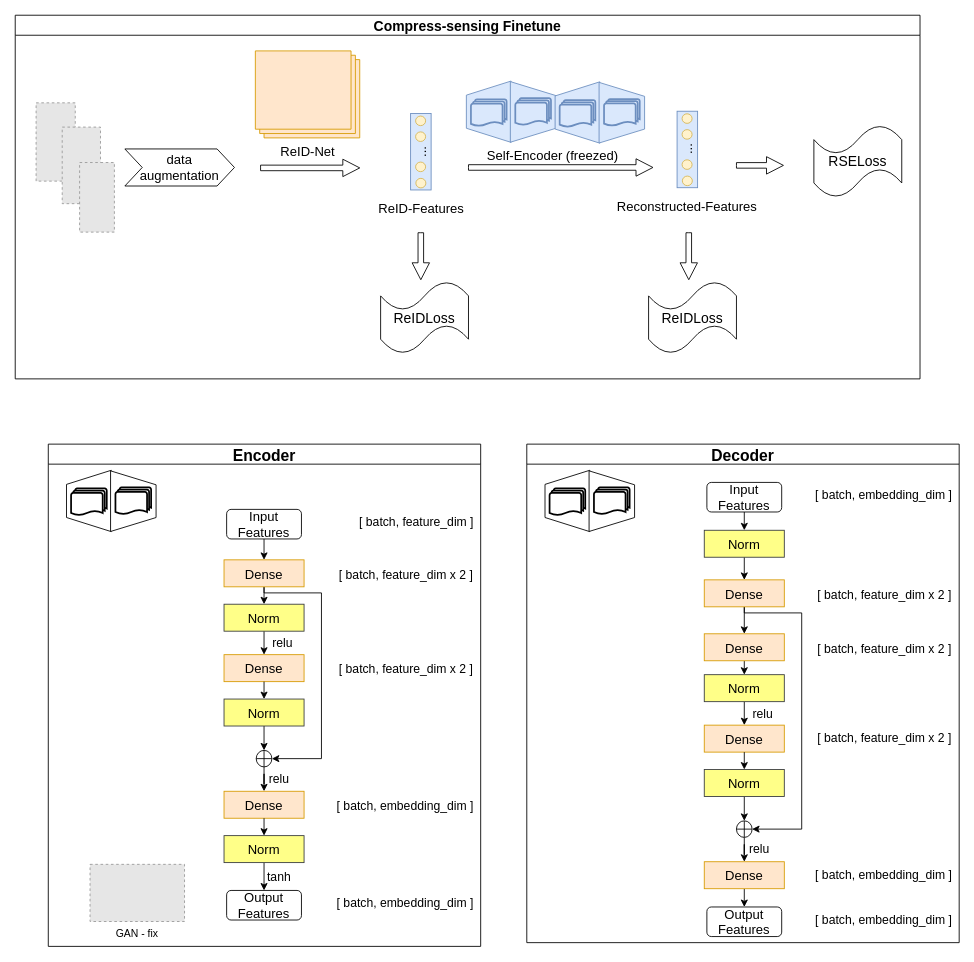
This is naic21.ae.drawio from Wu-Xiang123/Hello-GItHub, a draw.io file, before an edit. Source tidied: cells renumbered, new cells numbered last; positions are measured from the earlier drawing's top-left corner, leaving out a move shared by most shapes. Both pictures are drawn from the tidied source at 87%, with x=0, y=0 at pixel (15, 15). Pictures stored in the file or linked from it are replaced by grey dashed boxes.
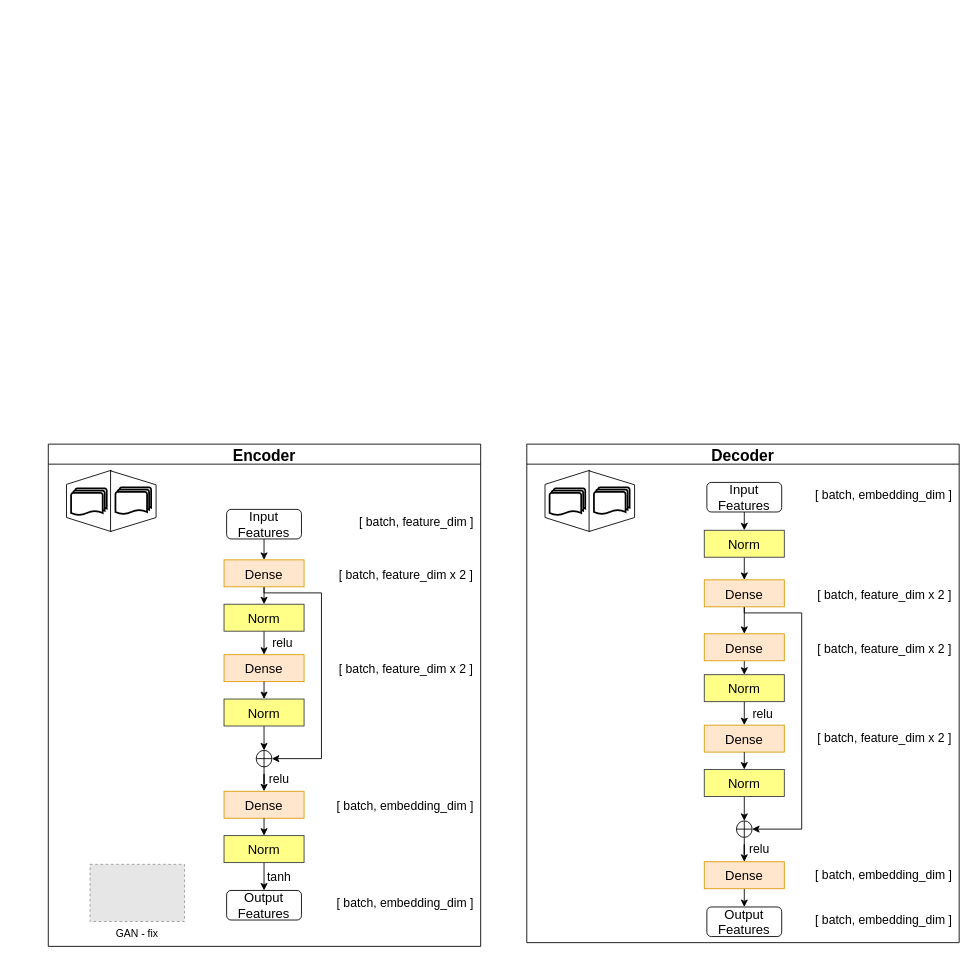
The same diagram, later.

What changed in the source:
```diff
@@
-    <mxCell id="69" value="Compress-sensing Finetune" style="swimlane;fontSize=16;" parent="1" vertex="1">
-      <mxGeometry width="1040" height="418" as="geometry" />
-    </mxCell>
-    <mxCell id="70" style="fillColor=#E6E6E6;strokeColor=#999999;dashed=1;verticalLabelPosition=bottom;labelBackgroundColor=default;verticalAlign=top;fontSize=15;" parent="69" vertex="1">
-      <mxGeometry x="24" y="100.7" width="45" height="90" as="geometry" />
-    </mxCell>
-    <mxCell id="71" style="fillColor=#E6E6E6;strokeColor=#999999;dashed=1;verticalLabelPosition=bottom;labelBackgroundColor=default;verticalAlign=top;fontSize=15;" parent="69" vertex="1">
-      <mxGeometry x="54" y="128.6" width="44" height="88" as="geometry" />
-    </mxCell>
-    <mxCell id="72" style="fillColor=#E6E6E6;strokeColor=#999999;dashed=1;verticalLabelPosition=bottom;labelBackgroundColor=default;verticalAlign=top;fontSize=15;" parent="69" vertex="1">
-      <mxGeometry x="74" y="169.3" width="40" height="80" as="geometry" />
-    </mxCell>
-    <mxCell id="73" value="ReID-Net" style="verticalLabelPosition=bottom;verticalAlign=top;html=1;shape=mxgraph.basic.layered_rect;dx=10;fillColor=#ffe6cc;strokeColor=#d79b00;fontSize=15;" parent="69" vertex="1">
-      <mxGeometry x="276" y="41" width="120" height="100" as="geometry" />
-    </mxCell>
-    <mxCell id="74" value="&lt;font style=&quot;font-size: 15px; line-height: 1;&quot;&gt;ReID-Features&lt;br style=&quot;font-size: 15px;&quot;&gt;&lt;/font&gt;" style="text;html=1;align=center;verticalAlign=middle;whiteSpace=wrap;rounded=0;fontSize=15;" parent="69" vertex="1">
-      <mxGeometry x="411.5" y="207.3" width="109.5" height="30" as="geometry" />
-    </mxCell>
-    <mxCell id="75" style="html=1;shadow=0;dashed=0;align=center;verticalAlign=middle;shape=mxgraph.arrows2.arrow;dy=0.68;dx=19.45;notch=0;fontSize=15;" parent="69" vertex="1">
-      <mxGeometry x="282" y="165.5" width="114" height="20" as="geometry" />
-    </mxCell>
-    <mxCell id="76" value="data&lt;br style=&quot;font-size: 15px;&quot;&gt;augmentation" style="shape=step;perimeter=stepPerimeter;whiteSpace=wrap;html=1;fixedSize=1;fontSize=15;" parent="69" vertex="1">
-      <mxGeometry x="126" y="153.7" width="126" height="42.6" as="geometry" />
-    </mxCell>
-    <mxCell id="77" style="group;fontSize=15;" parent="69" vertex="1">
-      <mxGeometry x="454.4" y="113" width="23.7" height="87.9" as="geometry" />
-    </mxCell>
-    <mxCell id="78" value="..." style="rounded=0;whiteSpace=wrap;html=1;fontSize=15;rotation=-90;fillColor=#dae8fc;strokeColor=#6c8ebf;" parent="77" vertex="1">
-      <mxGeometry x="-32.1" y="32.1" width="87.9" height="23.6" as="geometry" />
-    </mxCell>
-    <mxCell id="79" style="verticalLabelPosition=bottom;verticalAlign=top;html=1;shape=mxgraph.flowchart.on-page_reference;fontSize=15;fillColor=#fff2cc;strokeColor=#d6b656;" parent="77" vertex="1">
-      <mxGeometry x="5.8" y="2.9" width="11.5" height="11" as="geometry" />
-    </mxCell>
-    <mxCell id="80" style="verticalLabelPosition=bottom;verticalAlign=top;html=1;shape=mxgraph.flowchart.on-page_reference;fontSize=15;fillColor=#fff2cc;strokeColor=#d6b656;" parent="77" vertex="1">
-      <mxGeometry x="5.8" y="21.1" width="11.5" height="11" as="geometry" />
-    </mxCell>
-    <mxCell id="81" style="verticalLabelPosition=bottom;verticalAlign=top;html=1;shape=mxgraph.flowchart.on-page_reference;fontSize=15;fillColor=#fff2cc;strokeColor=#d6b656;" parent="77" vertex="1">
-      <mxGeometry x="5.8" y="55.8" width="11.5" height="11" as="geometry" />
-    </mxCell>
-    <mxCell id="82" style="verticalLabelPosition=bottom;verticalAlign=top;html=1;shape=mxgraph.flowchart.on-page_reference;fontSize=15;fillColor=#fff2cc;strokeColor=#d6b656;" parent="77" vertex="1">
-      <mxGeometry x="6.1" y="74.5" width="11.5" height="11" as="geometry" />
-    </mxCell>
-    <mxCell id="83" style="html=1;shadow=0;dashed=0;align=center;verticalAlign=middle;shape=mxgraph.arrows2.arrow;dy=0.68;dx=19.45;notch=0;fontSize=15;" parent="69" vertex="1">
-      <mxGeometry x="521" y="165" width="212" height="20" as="geometry" />
-    </mxCell>
-    <mxCell id="84" style="verticalLabelPosition=middle;verticalAlign=middle;html=1;shape=trapezoid;perimeter=trapezoidPerimeter;whiteSpace=wrap;size=0.23;arcSize=10;flipV=1;labelPosition=center;align=center;rotation=90;fontSize=15;fillColor=#dae8fc;strokeColor=#6c8ebf;" parent="69" vertex="1">
-      <mxGeometry x="509" y="85.2" width="70.5" height="51.4" as="geometry" />
-    </mxCell>
-    <mxCell id="85" style="strokeWidth=2;html=1;shape=mxgraph.flowchart.multi-document;whiteSpace=wrap;fontSize=15;fillColor=#dae8fc;strokeColor=#6c8ebf;" parent="69" vertex="1">
-      <mxGeometry x="523.8" y="96.6" width="41" height="31" as="geometry" />
-    </mxCell>
-    <mxCell id="86" style="verticalLabelPosition=middle;verticalAlign=middle;html=1;shape=trapezoid;perimeter=trapezoidPerimeter;whiteSpace=wrap;size=0.23;arcSize=10;flipV=1;labelPosition=center;align=center;rotation=-90;fontSize=15;fillColor=#dae8fc;strokeColor=#6c8ebf;" parent="69" vertex="1">
-      <mxGeometry x="560.4" y="85" width="69.7" height="52.3" as="geometry" />
-    </mxCell>
-    <mxCell id="87" style="strokeWidth=2;html=1;shape=mxgraph.flowchart.multi-document;whiteSpace=wrap;fontSize=15;fillColor=#dae8fc;strokeColor=#6c8ebf;" parent="69" vertex="1">
-      <mxGeometry x="574.8" y="95.4" width="41" height="31" as="geometry" />
-    </mxCell>
-    <mxCell id="88" style="verticalLabelPosition=middle;verticalAlign=middle;html=1;shape=trapezoid;perimeter=trapezoidPerimeter;whiteSpace=wrap;size=0.23;arcSize=10;flipV=1;labelPosition=center;align=center;rotation=90;fontSize=15;fillColor=#dae8fc;strokeColor=#6c8ebf;" parent="69" vertex="1">
-      <mxGeometry x="611" y="86.1" width="70.5" height="51.4" as="geometry" />
-    </mxCell>
-    <mxCell id="89" style="strokeWidth=2;html=1;shape=mxgraph.flowchart.multi-document;whiteSpace=wrap;fontSize=15;fillColor=#dae8fc;strokeColor=#6c8ebf;" parent="69" vertex="1">
-      <mxGeometry x="625.8" y="97.5" width="41" height="31" as="geometry" />
-    </mxCell>
-    <mxCell id="90" style="verticalLabelPosition=middle;verticalAlign=middle;html=1;shape=trapezoid;perimeter=trapezoidPerimeter;whiteSpace=wrap;size=0.23;arcSize=10;flipV=1;labelPosition=center;align=center;rotation=-90;fontSize=15;fillColor=#dae8fc;strokeColor=#6c8ebf;" parent="69" vertex="1">
-      <mxGeometry x="662.4" y="85.9" width="69.7" height="52.3" as="geometry" />
-    </mxCell>
-    <mxCell id="91" style="strokeWidth=2;html=1;shape=mxgraph.flowchart.multi-document;whiteSpace=wrap;fontSize=15;fillColor=#dae8fc;strokeColor=#6c8ebf;" parent="69" vertex="1">
-      <mxGeometry x="676.8" y="96.3" width="41" height="31" as="geometry" />
-    </mxCell>
-    <mxCell id="92" value="&lt;font style=&quot;font-size: 15px; line-height: 1;&quot;&gt;Self-Encoder (freezed)&lt;br style=&quot;font-size: 15px;&quot;&gt;&lt;/font&gt;" style="text;html=1;align=center;verticalAlign=middle;whiteSpace=wrap;rounded=0;fontSize=15;" parent="69" vertex="1">
-      <mxGeometry x="537" y="146" width="162.2" height="30" as="geometry" />
-    </mxCell>
-    <mxCell id="93" value="&lt;font style=&quot;font-size: 15px; line-height: 1;&quot;&gt;Reconstructed-Features&lt;br style=&quot;font-size: 15px;&quot;&gt;&lt;/font&gt;" style="text;html=1;align=center;verticalAlign=middle;whiteSpace=wrap;rounded=0;fontSize=15;" parent="69" vertex="1">
-      <mxGeometry x="690" y="204.7" width="165" height="30" as="geometry" />
-    </mxCell>
-    <mxCell id="94" style="group;fontSize=15;" parent="69" vertex="1">
-      <mxGeometry x="760.7" y="110.4" width="23.7" height="87.9" as="geometry" />
-    </mxCell>
-    <mxCell id="95" value="..." style="rounded=0;whiteSpace=wrap;html=1;fontSize=15;rotation=-90;fillColor=#dae8fc;strokeColor=#6c8ebf;" parent="94" vertex="1">
-      <mxGeometry x="-32.1" y="32.1" width="87.9" height="23.6" as="geometry" />
-    </mxCell>
-    <mxCell id="96" style="verticalLabelPosition=bottom;verticalAlign=top;html=1;shape=mxgraph.flowchart.on-page_reference;fontSize=15;fillColor=#fff2cc;strokeColor=#d6b656;" parent="94" vertex="1">
-      <mxGeometry x="5.8" y="2.9" width="11.5" height="11" as="geometry" />
-    </mxCell>
-    <mxCell id="97" style="verticalLabelPosition=bottom;verticalAlign=top;html=1;shape=mxgraph.flowchart.on-page_reference;fontSize=15;fillColor=#fff2cc;strokeColor=#d6b656;" parent="94" vertex="1">
-      <mxGeometry x="5.8" y="21.1" width="11.5" height="11" as="geometry" />
-    </mxCell>
-    <mxCell id="98" style="verticalLabelPosition=bottom;verticalAlign=top;html=1;shape=mxgraph.flowchart.on-page_reference;fontSize=15;fillColor=#fff2cc;strokeColor=#d6b656;" parent="94" vertex="1">
-      <mxGeometry x="5.8" y="55.8" width="11.5" height="11" as="geometry" />
-    </mxCell>
-    <mxCell id="99" style="verticalLabelPosition=bottom;verticalAlign=top;html=1;shape=mxgraph.flowchart.on-page_reference;fontSize=15;fillColor=#fff2cc;strokeColor=#d6b656;" parent="94" vertex="1">
-      <mxGeometry x="6.1" y="74.5" width="11.5" height="11" as="geometry" />
-    </mxCell>
-    <mxCell id="100" style="html=1;shadow=0;dashed=0;align=center;verticalAlign=middle;shape=mxgraph.arrows2.arrow;dy=0.68;dx=19.45;notch=0;fontSize=15;rotation=90;" parent="69" vertex="1">
-      <mxGeometry x="439.2" y="267" width="54" height="20" as="geometry" />
-    </mxCell>
-    <mxCell id="101" value="&lt;font style=&quot;font-size: 16px;&quot;&gt;ReIDLoss&lt;/font&gt;" style="shape=tape;whiteSpace=wrap;html=1;" parent="69" vertex="1">
-      <mxGeometry x="420" y="306" width="101" height="83" as="geometry" />
-    </mxCell>
-    <mxCell id="102" style="html=1;shadow=0;dashed=0;align=center;verticalAlign=middle;shape=mxgraph.arrows2.arrow;dy=0.68;dx=19.45;notch=0;fontSize=15;rotation=90;" parent="69" vertex="1">
-      <mxGeometry x="747.2" y="267" width="54" height="20" as="geometry" />
-    </mxCell>
-    <mxCell id="103" value="&lt;font style=&quot;font-size: 16px;&quot;&gt;ReIDLoss&lt;/font&gt;" style="shape=tape;whiteSpace=wrap;html=1;" parent="69" vertex="1">
-      <mxGeometry x="728" y="306" width="101" height="83" as="geometry" />
-    </mxCell>
-    <mxCell id="104" style="html=1;shadow=0;dashed=0;align=center;verticalAlign=middle;shape=mxgraph.arrows2.arrow;dy=0.68;dx=19.45;notch=0;fontSize=15;rotation=0;" parent="69" vertex="1">
-      <mxGeometry x="829" y="162.6" width="54" height="20" as="geometry" />
-    </mxCell>
-    <mxCell id="105" value="&lt;font style=&quot;font-size: 16px;&quot;&gt;RSELoss&lt;/font&gt;" style="shape=tape;whiteSpace=wrap;html=1;" parent="69" vertex="1">
-      <mxGeometry x="918" y="126.4" width="101" height="83" as="geometry" />
-    </mxCell>
```
